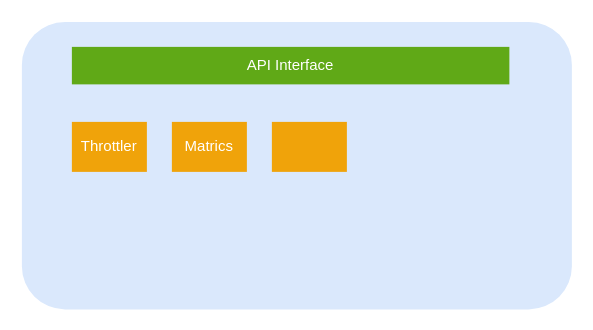
Before: falken-generic-lib.drawio in sugchand/drawio, a draw.io diagram. Source tidied: cells renumbered, new cells numbered last; positions are measured from the earlier drawing's top-left corner, leaving out a move shared by most shapes. Both pictures are drawn from the tidied source at 125%, with x=0, y=0 at pixel (21, 21).
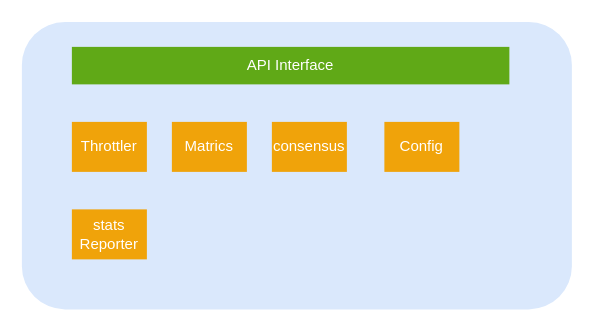
Above is the later version.

What changed in the source:
```diff
@@
 <mxGraphModel>
   <root>
     <mxCell id="0" />
     <mxCell id="1" parent="0" />
     <mxCell id="2" style="rounded=1;whiteSpace=wrap;html=1;fillColor=#dae8fc;strokeColor=none;" parent="1" vertex="1">
       <mxGeometry width="440" height="230" as="geometry" />
     </mxCell>
     <mxCell id="3" value="API Interface" style="rounded=0;whiteSpace=wrap;html=1;fillColor=#60a917;fontColor=#ffffff;strokeColor=none;" parent="1" vertex="1">
       <mxGeometry x="40" y="20" width="350" height="30" as="geometry" />
     </mxCell>
     <mxCell id="4" value="Throttler" style="rounded=0;whiteSpace=wrap;html=1;fillColor=#f0a30a;fontColor=#ffffff;strokeColor=none;" parent="1" vertex="1">
       <mxGeometry x="40" y="80" width="60" height="40" as="geometry" />
     </mxCell>
     <mxCell id="5" value="Matrics" style="rounded=0;whiteSpace=wrap;html=1;fillColor=#f0a30a;fontColor=#ffffff;strokeColor=none;" parent="1" vertex="1">
       <mxGeometry x="120" y="80" width="60" height="40" as="geometry" />
     </mxCell>
-    <mxCell id="6" style="rounded=0;whiteSpace=wrap;html=1;fillColor=#f0a30a;fontColor=#ffffff;strokeColor=none;" parent="1" vertex="1">
+    <mxCell id="6" value="consensus" style="rounded=0;whiteSpace=wrap;html=1;fillColor=#f0a30a;fontColor=#ffffff;strokeColor=none;" parent="1" vertex="1">
       <mxGeometry x="200" y="80" width="60" height="40" as="geometry" />
     </mxCell>
+    <mxCell id="7" value="stats Reporter" style="rounded=0;whiteSpace=wrap;html=1;fillColor=#f0a30a;fontColor=#ffffff;strokeColor=none;" parent="1" vertex="1">
+      <mxGeometry x="40" y="150" width="60" height="40" as="geometry" />
+    </mxCell>
+    <mxCell id="8" value="Config" style="rounded=0;whiteSpace=wrap;html=1;fillColor=#f0a30a;fontColor=#ffffff;strokeColor=none;" parent="1" vertex="1">
+      <mxGeometry x="290" y="80" width="60" height="40" as="geometry" />
+    </mxCell>
   </root>
 </mxGraphModel>
```
